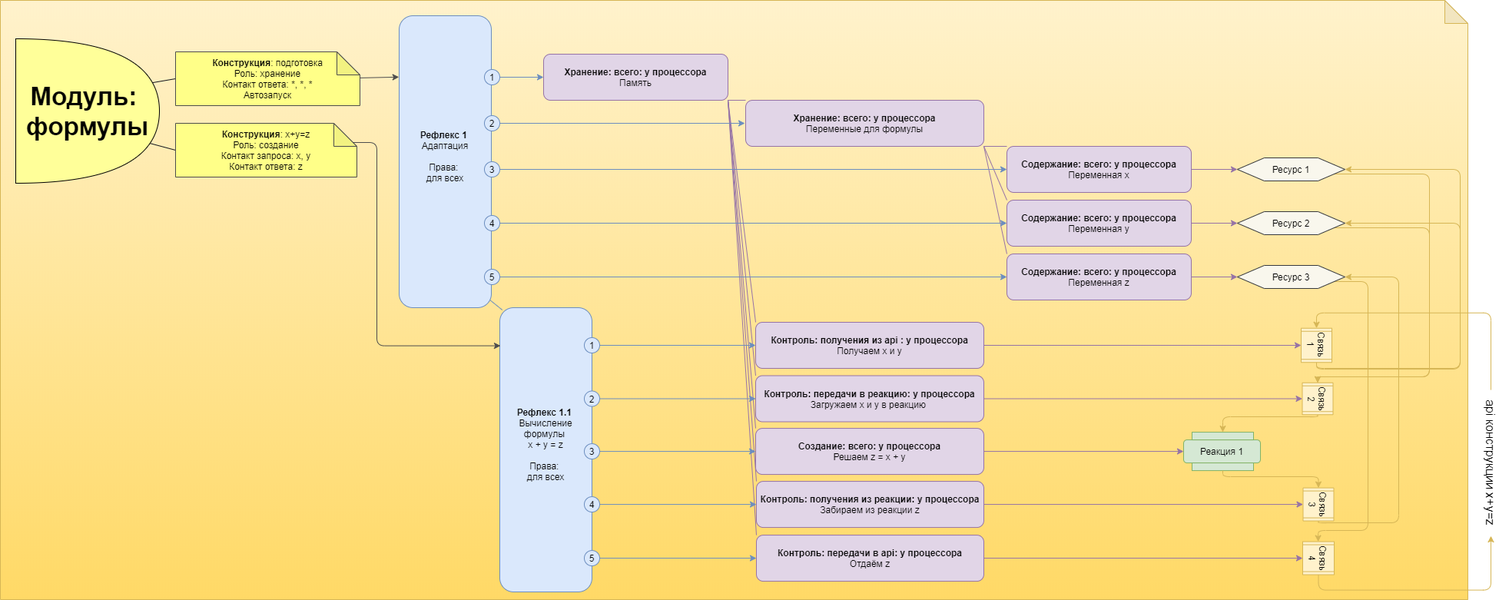
Above: Картинки/Module.png in it-architector/invention.csdr (draw.io), before the change. Source tidied: cells renumbered, new cells last; positions are measured from the earlier drawing's top-left corner, leaving out a move shared by most shapes.
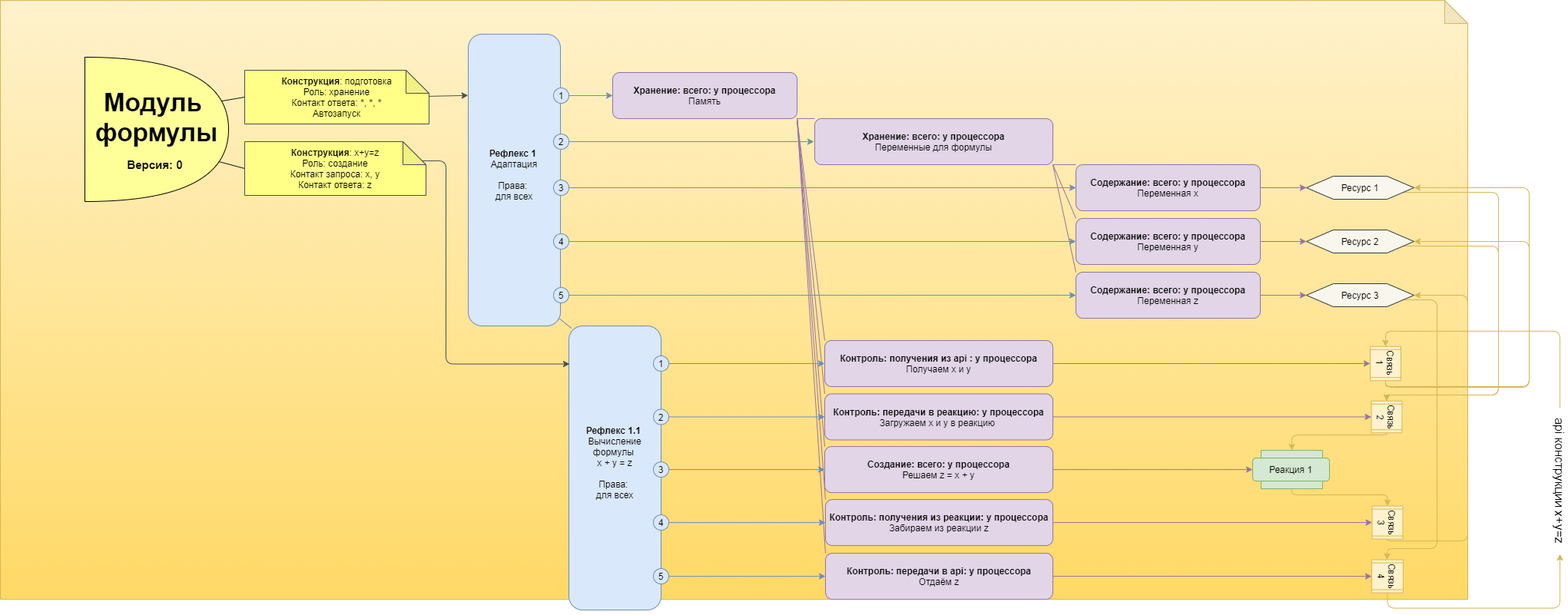
The same diagram one commit later.

Diff of the diagram source:
```diff
@@ -3,7 +3,7 @@
     <mxCell id="0" />
     <mxCell id="1" parent="0" />
     <mxCell id="2" style="shape=note;whiteSpace=wrap;html=1;backgroundOutline=1;darkOpacity=0.05;fillColor=#fff2cc;strokeColor=#d6b656;gradientColor=#ffd966;" parent="1" vertex="1">
-      <mxGeometry width="1910" height="780" as="geometry" />
+      <mxGeometry x="-90" y="-23.9" width="1910" height="780" as="geometry" />
     </mxCell>
     <mxCell id="3" style="edgeStyle=none;jettySize=auto;html=1;entryX=0;entryY=0;entryDx=0;entryDy=0;strokeColor=#9673A6;exitX=1;exitY=1;exitDx=0;exitDy=0;endArrow=none;endFill=0;" parent="1" edge="1" source="9" target="24">
       <mxGeometry relative="1" as="geometry" />
@@ -271,7 +271,7 @@
     <mxCell id="73" value="&lt;b&gt;Рефлекс 1&lt;/b&gt;&lt;span&gt;&amp;nbsp;&lt;/span&gt;&lt;br&gt;&lt;span&gt;Адаптация&lt;br&gt;&lt;br&gt;&lt;/span&gt;Права:&amp;nbsp;&lt;br&gt;для всех&lt;span&gt;&lt;br&gt;&lt;br&gt;&lt;/span&gt;" style="rounded=1;whiteSpace=wrap;html=1;strokeColor=#6C8EBF;fillColor=#DAE8FC;align=center;verticalAlign=middle;" parent="1" vertex="1">
       <mxGeometry x="519" y="20" width="120" height="380" as="geometry" />
     </mxCell>
-    <mxCell id="74" value="&lt;b style=&quot;font-size: 33px&quot;&gt;Модуль:&amp;nbsp;&lt;br&gt;формулы&lt;br&gt;&lt;/b&gt;" style="shape=or;whiteSpace=wrap;html=1;fillColor=#FFFF99;" parent="1" vertex="1">
+    <mxCell id="74" value="&lt;b&gt;&lt;span style=&quot;font-size: 33px&quot;&gt;Модуль&amp;nbsp;&lt;/span&gt;&lt;br&gt;&lt;span style=&quot;font-size: 33px&quot;&gt;формулы&lt;/span&gt;&lt;br&gt;&lt;br&gt;&lt;font style=&quot;font-size: 15px&quot;&gt;Версия: 0&amp;nbsp;&lt;/font&gt;&lt;br&gt;&lt;/b&gt;" style="shape=or;whiteSpace=wrap;html=1;fillColor=#FFFF99;" parent="1" vertex="1">
       <mxGeometry x="20" y="50" width="187" height="188" as="geometry" />
     </mxCell>
     <mxCell id="75" value="2" style="ellipse;whiteSpace=wrap;html=1;strokeColor=#6C8EBF;fillColor=#DAE8FC;" parent="1" vertex="1">
```
